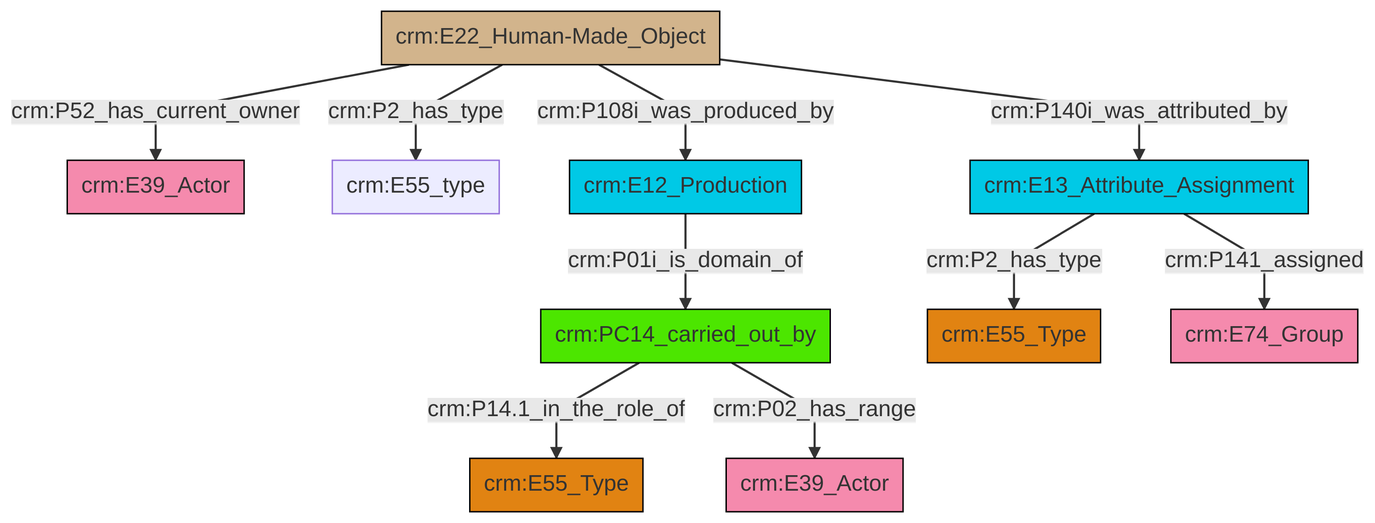
The Mermaid diagram et/builtWorkCSV/ttl/mmd/png/Built_Work_actor_relations.png in swiss-art-research-net/docs.swissartresearch, before a commit. Its source is kept beside it as et/builtWorkCSV/ttl/mmd/Built_Work_actor_relations.ttl.mmd. The source it was exported from:
```mermaid
graph TD
classDef Literal fill:#f2f2f2,stroke:#000000;
classDef CRM_Entity fill:#FFFFFF,stroke:#000000;
classDef Temporal_Entity fill:#00C9E6, stroke:#000000;
classDef Type fill:#E18312, stroke:#000000;
classDef Time-Span fill:#2C9C91, stroke:#000000;
classDef Appellation fill:#FFEB7F, stroke:#000000;
classDef Place fill:#008836, stroke:#000000;
classDef Persistent_Item fill:#B266B2, stroke:#000000;
classDef Conceptual_Object fill:#FFD700, stroke:#000000;
classDef Physical_Thing fill:#D2B48C, stroke:#000000;
classDef Actor fill:#f58aad, stroke:#000000;
classDef PC_Classes fill:#4ce600, stroke:#000000;
classDef Multi fill:#cccccc,stroke:#000000;

2["crm:E22_Human-Made_Object"]:::Physical_Thing -->|crm:P52_has_current_owner| 3["crm:E39_Actor"]:::Actor
2["crm:E22_Human-Made_Object"]:::Physical_Thing -->|crm:P2_has_type| 6["crm:E55_type"]:::Default
2["crm:E22_Human-Made_Object"]:::Physical_Thing -->|crm:P108i_was_produced_by| 8["crm:E12_Production"]:::Temporal_Entity
14["crm:E13_Attribute_Assignment"]:::Temporal_Entity -->|crm:P2_has_type| 15["crm:E55_Type"]:::Type
8["crm:E12_Production"]:::Temporal_Entity -->|crm:P01i_is_domain_of| 11["crm:PC14_carried_out_by"]:::PC_Classes
11["crm:PC14_carried_out_by"]:::PC_Classes -->|crm:P14.1_in_the_role_of| 0["crm:E55_Type"]:::Type
11["crm:PC14_carried_out_by"]:::PC_Classes -->|crm:P02_has_range| 4["crm:E39_Actor"]:::Actor
2["crm:E22_Human-Made_Object"]:::Physical_Thing -->|crm:P140i_was_attributed_by| 14["crm:E13_Attribute_Assignment"]:::Temporal_Entity
14["crm:E13_Attribute_Assignment"]:::Temporal_Entity -->|crm:P141_assigned| 9["crm:E74_Group"]:::Actor
```
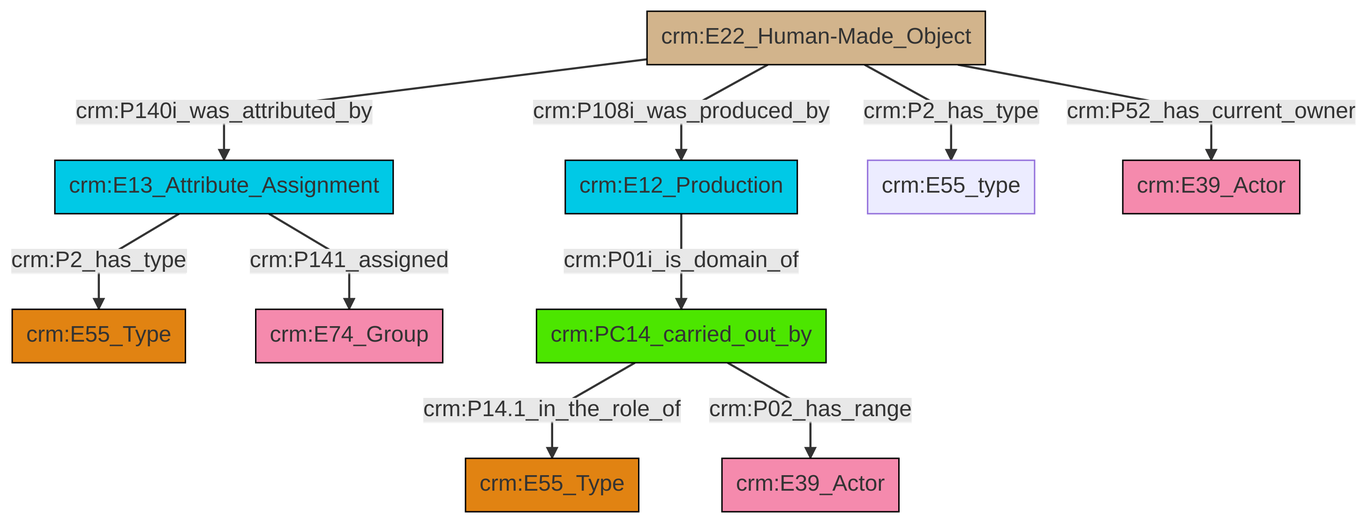
Later version of the same file.

Diff of the diagram source:
```diff
@@ -13,12 +13,12 @@
 classDef PC_Classes fill:#4ce600, stroke:#000000;
 classDef Multi fill:#cccccc,stroke:#000000;
 
-2["crm:E22_Human-Made_Object"]:::Physical_Thing -->|crm:P52_has_current_owner| 3["crm:E39_Actor"]:::Actor
-2["crm:E22_Human-Made_Object"]:::Physical_Thing -->|crm:P2_has_type| 6["crm:E55_type"]:::Default
-2["crm:E22_Human-Made_Object"]:::Physical_Thing -->|crm:P108i_was_produced_by| 8["crm:E12_Production"]:::Temporal_Entity
-14["crm:E13_Attribute_Assignment"]:::Temporal_Entity -->|crm:P2_has_type| 15["crm:E55_Type"]:::Type
-8["crm:E12_Production"]:::Temporal_Entity -->|crm:P01i_is_domain_of| 11["crm:PC14_carried_out_by"]:::PC_Classes
-11["crm:PC14_carried_out_by"]:::PC_Classes -->|crm:P14.1_in_the_role_of| 0["crm:E55_Type"]:::Type
-11["crm:PC14_carried_out_by"]:::PC_Classes -->|crm:P02_has_range| 4["crm:E39_Actor"]:::Actor
-2["crm:E22_Human-Made_Object"]:::Physical_Thing -->|crm:P140i_was_attributed_by| 14["crm:E13_Attribute_Assignment"]:::Temporal_Entity
-14["crm:E13_Attribute_Assignment"]:::Temporal_Entity -->|crm:P141_assigned| 9["crm:E74_Group"]:::Actor
+2["crm:E22_Human-Made_Object"]:::Physical_Thing -->|crm:P108i_was_produced_by| 3["crm:E12_Production"]:::Temporal_Entity
+4["crm:E13_Attribute_Assignment"]:::Temporal_Entity -->|crm:P2_has_type| 0["crm:E55_Type"]:::Type
+2["crm:E22_Human-Made_Object"]:::Physical_Thing -->|crm:P2_has_type| 5["crm:E55_type"]:::Default
+10["crm:PC14_carried_out_by"]:::PC_Classes -->|crm:P14.1_in_the_role_of| 11["crm:E55_Type"]:::Type
+2["crm:E22_Human-Made_Object"]:::Physical_Thing -->|crm:P140i_was_attributed_by| 4["crm:E13_Attribute_Assignment"]:::Temporal_Entity
+10["crm:PC14_carried_out_by"]:::PC_Classes -->|crm:P02_has_range| 12["crm:E39_Actor"]:::Actor
+4["crm:E13_Attribute_Assignment"]:::Temporal_Entity -->|crm:P141_assigned| 8["crm:E74_Group"]:::Actor
+2["crm:E22_Human-Made_Object"]:::Physical_Thing -->|crm:P52_has_current_owner| 6["crm:E39_Actor"]:::Actor
+3["crm:E12_Production"]:::Temporal_Entity -->|crm:P01i_is_domain_of| 10["crm:PC14_carried_out_by"]:::PC_Classes
```
